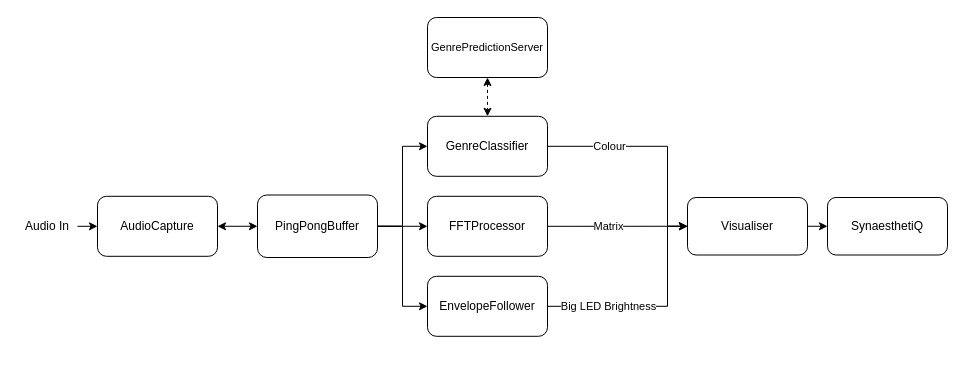
Before: Full Data Flow Diagram.drawio in rt5-tp/SynaesthetiQ-demo-test, a draw.io diagram. Source tidied: cells renumbered, new cells numbered last; positions are measured from the earlier drawing's top-left corner, leaving out a move shared by most shapes. Both pictures are drawn from the tidied source at 100%, with x=0, y=0 at pixel (17, 17).
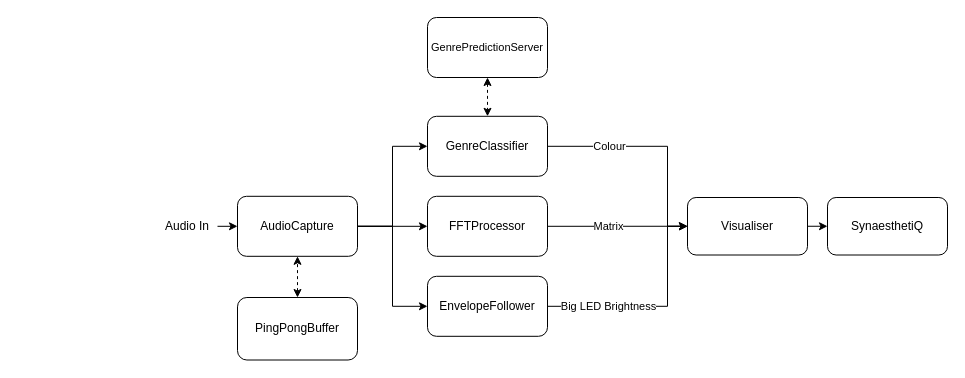
Above is the later version.

The change refers to these unchanged cells:
```xml
<mxCell id="12" value="GenreClassifier" style="rounded=1;whiteSpace=wrap;html=1;" parent="1" vertex="1">
  <mxGeometry x="410" y="98.8" width="120" height="60" as="geometry" />
</mxCell>
<mxCell id="15" value="EnvelopeFollower" style="rounded=1;whiteSpace=wrap;html=1;" parent="1" vertex="1">
  <mxGeometry x="410" y="258.8" width="120" height="60" as="geometry" />
</mxCell>
<mxCell id="18" value="FFTProcessor" style="rounded=1;whiteSpace=wrap;html=1;" parent="1" vertex="1">
  <mxGeometry x="410" y="178.8" width="120" height="60" as="geometry" />
</mxCell>
```

Change to the diagram source:
```diff
@@
     <mxCell id="3" value="Audio In" style="text;html=1;strokeColor=none;fillColor=none;align=center;verticalAlign=middle;whiteSpace=wrap;rounded=0;" parent="1" vertex="1">
-      <mxGeometry y="193.8" width="60" height="30" as="geometry" />
+      <mxGeometry x="140" y="193.8" width="60" height="30" as="geometry" />
     </mxCell>
-    <mxCell id="4" style="edgeStyle=orthogonalEdgeStyle;rounded=0;jettySize=auto;html=1;exitX=1;exitY=0.5;exitDx=0;exitDy=0;entryX=0;entryY=0.5;entryDx=0;entryDy=0;fontSize=11;startArrow=classic;startFill=1;endArrow=classic;endFill=1;" parent="1" edge="1" source="5" target="9">
-      <mxGeometry relative="1" as="geometry" />
-    </mxCell>
+    <mxCell id="24" style="edgeStyle=orthogonalEdgeStyle;rounded=0;jettySize=auto;html=1;exitX=1;exitY=0.5;exitDx=0;exitDy=0;entryX=0;entryY=0.5;entryDx=0;entryDy=0;" parent="1" edge="1" source="5" target="12">
+      <mxGeometry relative="1" as="geometry" />
+    </mxCell>
+    <mxCell id="25" style="edgeStyle=orthogonalEdgeStyle;rounded=0;jettySize=auto;html=1;exitX=1;exitY=0.5;exitDx=0;exitDy=0;entryX=0;entryY=0.5;entryDx=0;entryDy=0;" parent="1" edge="1" source="5" target="18">
+      <mxGeometry relative="1" as="geometry" />
+    </mxCell>
+    <mxCell id="26" style="edgeStyle=orthogonalEdgeStyle;rounded=0;jettySize=auto;html=1;exitX=1;exitY=0.5;exitDx=0;exitDy=0;entryX=0;entryY=0.5;entryDx=0;entryDy=0;" parent="1" edge="1" source="5" target="15">
+      <mxGeometry relative="1" as="geometry" />
+    </mxCell>
     <mxCell id="5" value="AudioCapture" style="rounded=1;whiteSpace=wrap;html=1;" parent="1" vertex="1">
-      <mxGeometry x="80" y="178.8" width="120" height="60" as="geometry" />
+      <mxGeometry x="220" y="178.8" width="120" height="60" as="geometry" />
     </mxCell>
-    <mxCell id="6" style="edgeStyle=orthogonalEdgeStyle;rounded=0;jettySize=auto;html=1;exitX=1;exitY=0.5;exitDx=0;exitDy=0;entryX=0;entryY=0.5;entryDx=0;entryDy=0;fontSize=11;startArrow=none;startFill=0;endArrow=classic;endFill=1;" parent="1" edge="1" source="9" target="18">
-      <mxGeometry relative="1" as="geometry" />
-    </mxCell>
-    <mxCell id="7" style="edgeStyle=orthogonalEdgeStyle;rounded=0;jettySize=auto;html=1;exitX=1;exitY=0.5;exitDx=0;exitDy=0;entryX=0;entryY=0.5;entryDx=0;entryDy=0;fontSize=11;startArrow=none;startFill=0;endArrow=classic;endFill=1;" parent="1" edge="1" source="9" target="12">
-      <mxGeometry relative="1" as="geometry" />
-    </mxCell>
-    <mxCell id="8" style="edgeStyle=orthogonalEdgeStyle;rounded=0;jettySize=auto;html=1;exitX=1;exitY=0.5;exitDx=0;exitDy=0;entryX=0;entryY=0.5;entryDx=0;entryDy=0;fontSize=11;startArrow=none;startFill=0;endArrow=classic;endFill=1;" parent="1" edge="1" source="9" target="15">
-      <mxGeometry relative="1" as="geometry" />
-    </mxCell>
+    <mxCell id="27" style="edgeStyle=orthogonalEdgeStyle;rounded=0;jettySize=auto;html=1;exitX=0.5;exitY=0;exitDx=0;exitDy=0;entryX=0.5;entryY=1;entryDx=0;entryDy=0;startArrow=classic;startFill=1;dashed=1;" parent="1" edge="1" source="9" target="5">
+      <mxGeometry relative="1" as="geometry" />
+    </mxCell>
     <mxCell id="9" value="PingPongBuffer" style="rounded=1;whiteSpace=wrap;html=1;" parent="1" vertex="1">
-      <mxGeometry x="240" y="177.5" width="120" height="62.5" as="geometry" />
+      <mxGeometry x="220" y="280" width="120" height="62.5" as="geometry" />
     </mxCell>
```
